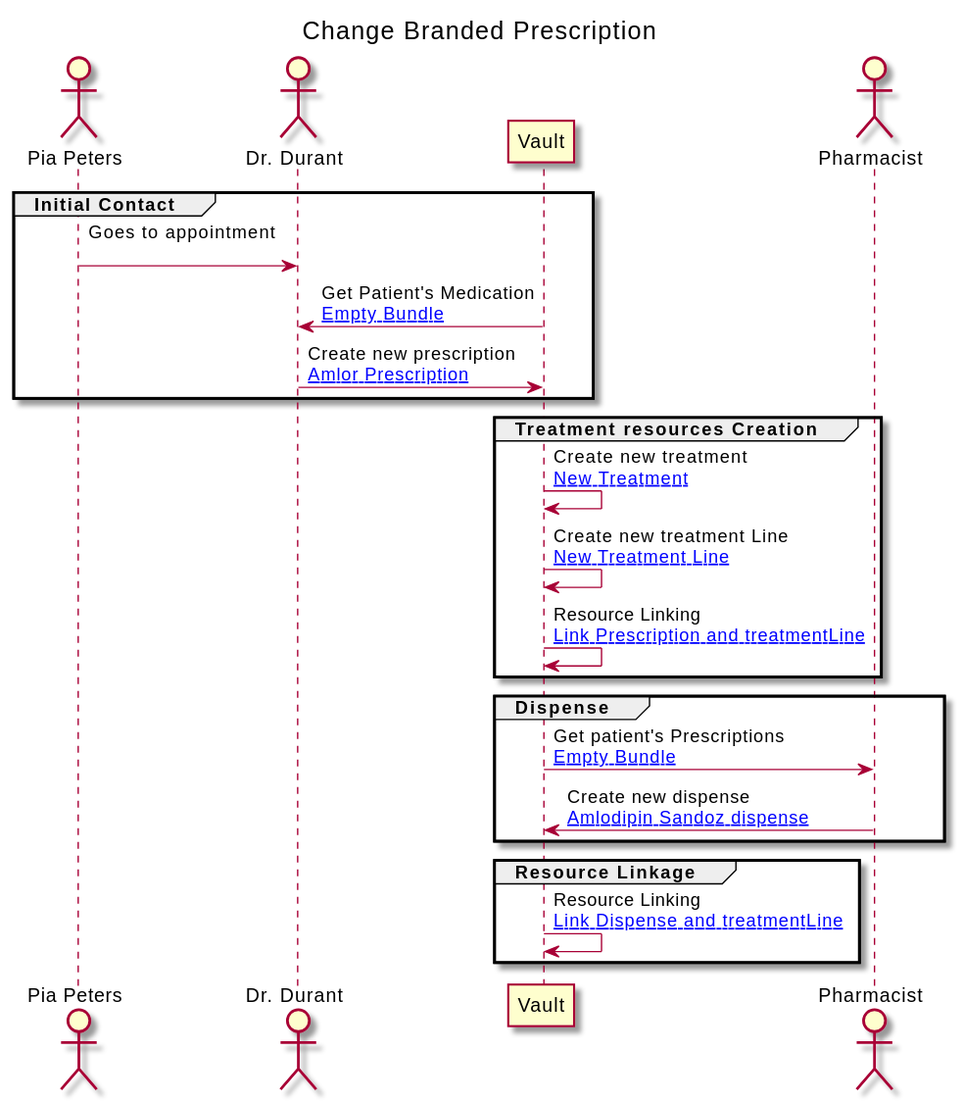
Above: branches/master/ExampleScenario-example-1-scenario.svg in jcostateixeira/riziv-medication-record (PlantUML), before the change.
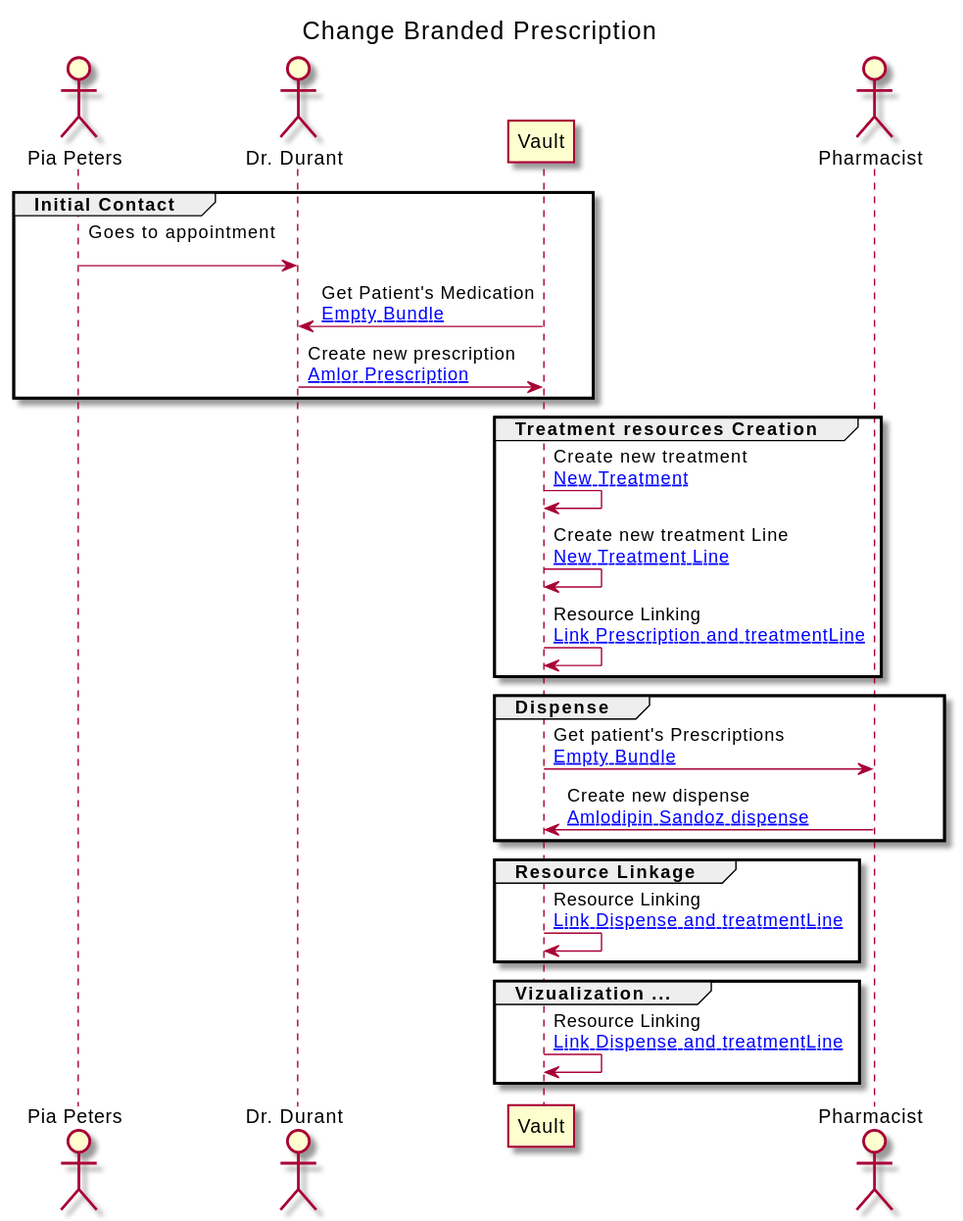
The same file after the commit.

Change to the diagram source:
```diff
@@ -38,5 +38,10 @@
 VAULT -> VAULT : Resource Linking\n[[ExampleScenario-example-1-scenario-resources.html#1-2-provenance Link Dispense and treatmentLine]]
 end
 
+group Vizualization ...
+
+VAULT -> VAULT : Resource Linking\n[[ExampleScenario-example-1-scenario-resources.html#1-2-provenance Link Dispense and treatmentLine]]
+end
+
 
 @enduml
```
